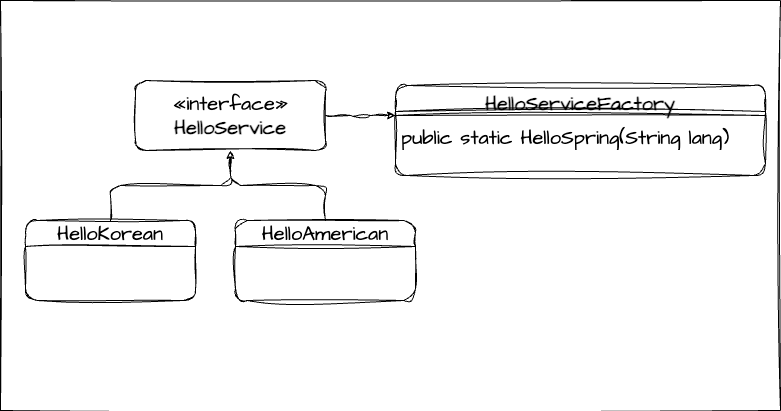
Above: categories/EffectiveJava/2.객체 생성과 파괴/1.생성자 대신 정적 팩터리 메서드를 고려하라/정적 팩터리 메서드의 장점.drawio.png in choomi1217/choomi1217.github.io (draw.io), before the change. Source tidied: cells renumbered, new cells last; positions are measured from the earlier drawing's top-left corner, leaving out a move shared by most shapes.
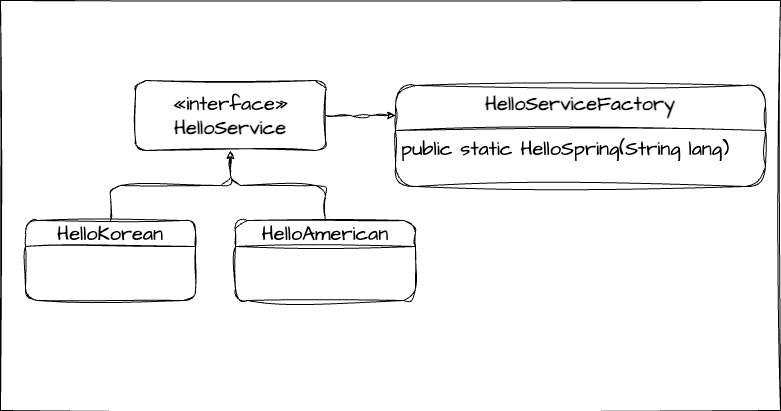
Above is the later version.

Commit message:
정적 팩터리 메서드의 장점.drawio.png 업데이트

The edit, as a diff of the source:
```diff
@@ -25,14 +25,11 @@
     <mxCell id="8" value="HelloAmerican" style="swimlane;fontStyle=0;horizontal=1;startSize=26;fillColor=none;whiteSpace=wrap;html=1;sketch=1;hachureGap=4;jiggle=2;curveFitting=1;fontFamily=Architects Daughter;fontSource=https%3A%2F%2Ffonts.googleapis.com%2Fcss%3Ffamily%3DArchitects%2BDaughter;fontSize=20;rounded=1;" parent="1" vertex="1">
       <mxGeometry x="235" y="220" width="180" height="80" as="geometry" />
     </mxCell>
-    <mxCell id="9" value="HelloServiceFactory" style="swimlane;fontStyle=1;align=center;verticalAlign=top;horizontal=1;startSize=26;whiteSpace=wrap;html=1;sketch=1;hachureGap=4;jiggle=2;curveFitting=1;fontFamily=Architects Daughter;fontSource=https%3A%2F%2Ffonts.googleapis.com%2Fcss%3Ffamily%3DArchitects%2BDaughter;fontSize=20;rounded=1;" parent="1" vertex="1">
-      <mxGeometry x="395" y="85" width="370" height="90" as="geometry" />
+    <mxCell id="9" value="HelloServiceFactory" style="swimlane;fontStyle=1;align=center;verticalAlign=top;horizontal=1;startSize=45;whiteSpace=wrap;html=1;sketch=1;hachureGap=4;jiggle=2;curveFitting=1;fontFamily=Architects Daughter;fontSource=https%3A%2F%2Ffonts.googleapis.com%2Fcss%3Ffamily%3DArchitects%2BDaughter;fontSize=20;rounded=1;" parent="1" vertex="1">
+      <mxGeometry x="395" y="85" width="370" height="101" as="geometry" />
     </mxCell>
-    <mxCell id="10" style="line;strokeWidth=1;fillColor=none;align=left;verticalAlign=middle;spacingTop=-1;spacingLeft=3;spacingRight=3;labelPosition=right;strokeColor=inherit;sketch=1;hachureGap=4;jiggle=2;curveFitting=1;fontFamily=Architects Daughter;fontSource=https%3A%2F%2Ffonts.googleapis.com%2Fcss%3Ffamily%3DArchitects%2BDaughter;fontSize=20;rounded=1;" parent="9" vertex="1">
-      <mxGeometry y="26" width="370" height="8" as="geometry" />
-    </mxCell>
     <mxCell id="11" value="public static HelloSpring(String lang)" style="text;strokeColor=none;fillColor=none;align=left;verticalAlign=top;spacingLeft=4;spacingRight=4;overflow=hidden;whiteSpace=wrap;html=1;fontSize=20;fontFamily=Architects Daughter;rounded=1;" parent="9" vertex="1">
-      <mxGeometry y="34" width="370" height="56" as="geometry" />
+      <mxGeometry y="45" width="370" height="56" as="geometry" />
     </mxCell>
   </root>
 </mxGraphModel>
```
